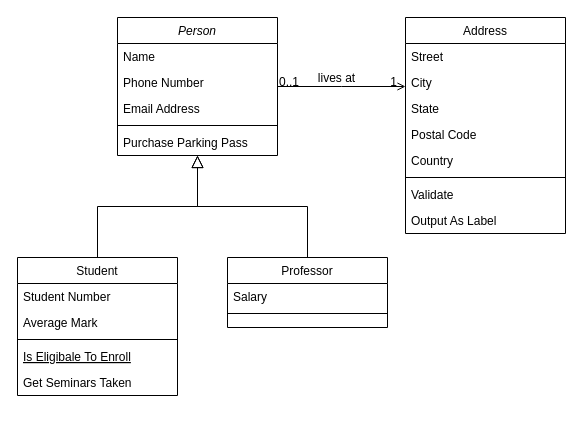
frankneu/draw.io keeps this draw.io diagram as 蚂蚁金服-RMC-[链路容量]-内部实体领域模型设计.drawio. Above is the earlier version. Source tidied: cells renumbered, new cells numbered last; positions are measured from the earlier drawing's top-left corner, leaving out a move shared by most shapes. Both pictures are drawn from the tidied source at 100%, with x=0, y=0 at pixel (17, 17).
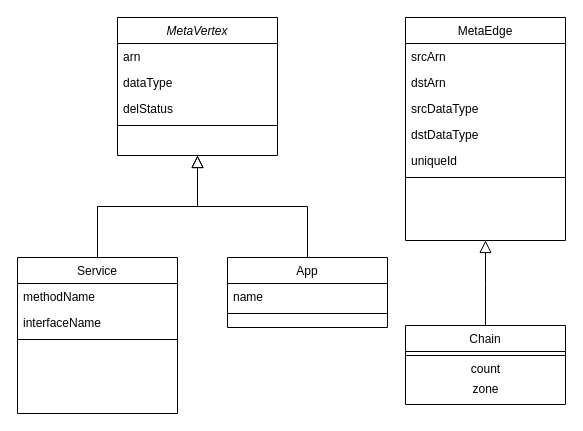
After the change.

Commit message:
Update 蚂蚁金服-RMC-[链路容量]-内部实体领域模型设计.drawio

Change to the diagram source:
```diff
@@
-    <mxCell id="2" value="Person" style="swimlane;fontStyle=2;align=center;verticalAlign=top;horizontal=1;startSize=26;rounded=0;shadow=0;strokeWidth=1;" parent="1" vertex="1">
+    <mxCell id="2" value="MetaVertex" style="swimlane;fontStyle=2;align=center;verticalAlign=top;horizontal=1;startSize=26;rounded=0;shadow=0;strokeWidth=1;" parent="1" vertex="1">
       <mxGeometry x="100" width="160" height="138" as="geometry" />
     </mxCell>
-    <mxCell id="3" value="Name" style="text;align=left;verticalAlign=top;spacingLeft=4;spacingRight=4;overflow=hidden;" parent="2" vertex="1">
+    <mxCell id="3" value="arn" style="text;align=left;verticalAlign=top;spacingLeft=4;spacingRight=4;overflow=hidden;" parent="2" vertex="1">
       <mxGeometry y="26" width="160" height="26" as="geometry" />
     </mxCell>
-    <mxCell id="4" value="Phone Number" style="text;align=left;verticalAlign=top;spacingLeft=4;spacingRight=4;overflow=hidden;rounded=0;shadow=0;html=0;" parent="2" vertex="1">
+    <mxCell id="4" value="dataType" style="text;align=left;verticalAlign=top;spacingLeft=4;spacingRight=4;overflow=hidden;rounded=0;shadow=0;html=0;" parent="2" vertex="1">
       <mxGeometry y="52" width="160" height="26" as="geometry" />
     </mxCell>
-    <mxCell id="5" value="Email Address" style="text;align=left;verticalAlign=top;spacingLeft=4;spacingRight=4;overflow=hidden;rounded=0;shadow=0;html=0;" parent="2" vertex="1">
+    <mxCell id="5" value="delStatus" style="text;align=left;verticalAlign=top;spacingLeft=4;spacingRight=4;overflow=hidden;rounded=0;shadow=0;html=0;" parent="2" vertex="1">
       <mxGeometry y="78" width="160" height="26" as="geometry" />
     </mxCell>
@@
-    <mxCell id="7" value="Purchase Parking Pass" style="text;align=left;verticalAlign=top;spacingLeft=4;spacingRight=4;overflow=hidden;" parent="2" vertex="1">
-      <mxGeometry y="112" width="160" height="26" as="geometry" />
-    </mxCell>
-    <mxCell id="8" value="Student" style="swimlane;fontStyle=0;align=center;verticalAlign=top;horizontal=1;startSize=26;rounded=0;shadow=0;strokeWidth=1;" parent="1" vertex="1">
-      <mxGeometry y="240" width="160" height="138" as="geometry" />
+    <mxCell id="8" value="Service" style="swimlane;fontStyle=0;align=center;verticalAlign=top;horizontal=1;startSize=26;rounded=0;shadow=0;strokeWidth=1;" parent="1" vertex="1">
+      <mxGeometry y="240" width="160" height="156" as="geometry" />
     </mxCell>
-    <mxCell id="9" value="Student Number" style="text;align=left;verticalAlign=top;spacingLeft=4;spacingRight=4;overflow=hidden;" parent="8" vertex="1">
+    <mxCell id="9" value="methodName" style="text;align=left;verticalAlign=top;spacingLeft=4;spacingRight=4;overflow=hidden;" parent="8" vertex="1">
       <mxGeometry y="26" width="160" height="26" as="geometry" />
     </mxCell>
-    <mxCell id="10" value="Average Mark" style="text;align=left;verticalAlign=top;spacingLeft=4;spacingRight=4;overflow=hidden;rounded=0;shadow=0;html=0;" parent="8" vertex="1">
+    <mxCell id="10" value="interfaceName" style="text;align=left;verticalAlign=top;spacingLeft=4;spacingRight=4;overflow=hidden;rounded=0;shadow=0;html=0;" parent="8" vertex="1">
       <mxGeometry y="52" width="160" height="26" as="geometry" />
     </mxCell>
@@
-    <mxCell id="12" value="Is Eligibale To Enroll" style="text;align=left;verticalAlign=top;spacingLeft=4;spacingRight=4;overflow=hidden;fontStyle=4;" parent="8" vertex="1">
-      <mxGeometry y="86" width="160" height="26" as="geometry" />
-    </mxCell>
-    <mxCell id="13" value="Get Seminars Taken" style="text;align=left;verticalAlign=top;spacingLeft=4;spacingRight=4;overflow=hidden;" parent="8" vertex="1">
-      <mxGeometry y="112" width="160" height="26" as="geometry" />
-    </mxCell>
@@
-    <mxCell id="15" value="Professor" style="swimlane;fontStyle=0;align=center;verticalAlign=top;horizontal=1;startSize=26;rounded=0;shadow=0;strokeWidth=1;" parent="1" vertex="1">
+    <mxCell id="15" value="App" style="swimlane;fontStyle=0;align=center;verticalAlign=top;horizontal=1;startSize=26;rounded=0;shadow=0;strokeWidth=1;" parent="1" vertex="1">
       <mxGeometry x="210" y="240" width="160" height="70" as="geometry" />
     </mxCell>
-    <mxCell id="16" value="Salary" style="text;align=left;verticalAlign=top;spacingLeft=4;spacingRight=4;overflow=hidden;" parent="15" vertex="1">
+    <mxCell id="16" value="name" style="text;align=left;verticalAlign=top;spacingLeft=4;spacingRight=4;overflow=hidden;" parent="15" vertex="1">
       <mxGeometry y="26" width="160" height="26" as="geometry" />
     </mxCell>
@@
-    <mxCell id="19" value="Address" style="swimlane;fontStyle=0;align=center;verticalAlign=top;horizontal=1;startSize=26;rounded=0;shadow=0;strokeWidth=1;" parent="1" vertex="1">
-      <mxGeometry x="388" width="160" height="216" as="geometry" />
+    <mxCell id="19" value="MetaEdge" style="swimlane;fontStyle=0;align=center;verticalAlign=top;horizontal=1;startSize=26;rounded=0;shadow=0;strokeWidth=1;" parent="1" vertex="1">
+      <mxGeometry x="388" width="160" height="223" as="geometry" />
     </mxCell>
-    <mxCell id="20" value="Street" style="text;align=left;verticalAlign=top;spacingLeft=4;spacingRight=4;overflow=hidden;" parent="19" vertex="1">
+    <mxCell id="20" value="srcArn" style="text;align=left;verticalAlign=top;spacingLeft=4;spacingRight=4;overflow=hidden;" parent="19" vertex="1">
       <mxGeometry y="26" width="160" height="26" as="geometry" />
     </mxCell>
-    <mxCell id="21" value="City" style="text;align=left;verticalAlign=top;spacingLeft=4;spacingRight=4;overflow=hidden;rounded=0;shadow=0;html=0;" parent="19" vertex="1">
+    <mxCell id="21" value="dstArn" style="text;align=left;verticalAlign=top;spacingLeft=4;spacingRight=4;overflow=hidden;rounded=0;shadow=0;html=0;" parent="19" vertex="1">
       <mxGeometry y="52" width="160" height="26" as="geometry" />
     </mxCell>
-    <mxCell id="22" value="State" style="text;align=left;verticalAlign=top;spacingLeft=4;spacingRight=4;overflow=hidden;rounded=0;shadow=0;html=0;" parent="19" vertex="1">
+    <mxCell id="22" value="srcDataType" style="text;align=left;verticalAlign=top;spacingLeft=4;spacingRight=4;overflow=hidden;rounded=0;shadow=0;html=0;" parent="19" vertex="1">
       <mxGeometry y="78" width="160" height="26" as="geometry" />
     </mxCell>
-    <mxCell id="23" value="Postal Code" style="text;align=left;verticalAlign=top;spacingLeft=4;spacingRight=4;overflow=hidden;rounded=0;shadow=0;html=0;" parent="19" vertex="1">
+    <mxCell id="23" value="dstDataType" style="text;align=left;verticalAlign=top;spacingLeft=4;spacingRight=4;overflow=hidden;rounded=0;shadow=0;html=0;" parent="19" vertex="1">
       <mxGeometry y="104" width="160" height="26" as="geometry" />
     </mxCell>
-    <mxCell id="24" value="Country" style="text;align=left;verticalAlign=top;spacingLeft=4;spacingRight=4;overflow=hidden;rounded=0;shadow=0;html=0;" parent="19" vertex="1">
+    <mxCell id="24" value="uniqueId" style="text;align=left;verticalAlign=top;spacingLeft=4;spacingRight=4;overflow=hidden;rounded=0;shadow=0;html=0;" parent="19" vertex="1">
       <mxGeometry y="130" width="160" height="26" as="geometry" />
     </mxCell>
@@
-    <mxCell id="26" value="Validate" style="text;align=left;verticalAlign=top;spacingLeft=4;spacingRight=4;overflow=hidden;" parent="19" vertex="1">
-      <mxGeometry y="164" width="160" height="26" as="geometry" />
-    </mxCell>
-    <mxCell id="27" value="Output As Label" style="text;align=left;verticalAlign=top;spacingLeft=4;spacingRight=4;overflow=hidden;" parent="19" vertex="1">
-      <mxGeometry y="190" width="160" height="26" as="geometry" />
-    </mxCell>
-    <mxCell id="28" style="endArrow=open;shadow=0;strokeWidth=1;rounded=0;endFill=1;edgeStyle=elbowEdgeStyle;elbow=vertical;" parent="1" edge="1" source="2" target="19">
-      <mxGeometry x="0.5" y="41" relative="1" as="geometry">
-        <mxPoint x="-40" y="32" as="offset" />
-      </mxGeometry>
-    </mxCell>
-    <mxCell id="29" value="0..1" style="align=left;verticalAlign=bottom;labelBackgroundColor=none;fontSize=12;" parent="28" vertex="1">
-      <mxGeometry x="-1" relative="1" as="geometry">
-        <mxPoint y="4" as="offset" />
-      </mxGeometry>
-    </mxCell>
-    <mxCell id="30" value="1" style="align=right;verticalAlign=bottom;labelBackgroundColor=none;fontSize=12;" parent="28" vertex="1">
-      <mxGeometry x="1" relative="1" as="geometry">
-        <mxPoint x="-7" y="4" as="offset" />
-      </mxGeometry>
-    </mxCell>
-    <mxCell id="31" value="lives at" style="text;html=1;align=center;verticalAlign=middle;labelBackgroundColor=none;rounded=0;shadow=0;strokeWidth=1;fontSize=12;" parent="28" vertex="1">
-      <mxGeometry x="0.5" y="49" relative="1" as="geometry">
-        <mxPoint x="-38" y="40" as="offset" />
-      </mxGeometry>
-    </mxCell>
+    <mxCell id="32" value="Chain" style="swimlane;fontStyle=0;align=center;verticalAlign=top;horizontal=1;startSize=26;rounded=0;shadow=0;strokeWidth=1;" parent="1" vertex="1">
+      <mxGeometry x="388" y="308" width="160" height="79" as="geometry" />
+    </mxCell>
+    <mxCell id="33" style="line;html=1;strokeWidth=1;align=left;verticalAlign=middle;spacingTop=-1;spacingLeft=3;spacingRight=3;labelPosition=right;" parent="32" vertex="1">
+      <mxGeometry y="26" width="160" height="8" as="geometry" />
+    </mxCell>
+    <mxCell id="34" value="count" style="text;html=1;align=center;verticalAlign=middle;" parent="32" vertex="1">
+      <mxGeometry y="34" width="160" height="20" as="geometry" />
+    </mxCell>
+    <mxCell id="35" value="zone" style="text;html=1;align=center;verticalAlign=middle;" parent="32" vertex="1">
+      <mxGeometry y="54" width="160" height="20" as="geometry" />
+    </mxCell>
+    <mxCell id="36" style="endArrow=block;endSize=10;endFill=0;shadow=0;strokeWidth=1;rounded=0;edgeStyle=elbowEdgeStyle;elbow=vertical;exitX=0.5;exitY=0;exitDx=0;exitDy=0;" parent="1" edge="1" source="32" target="19">
+      <mxGeometry relative="1" as="geometry" />
+    </mxCell>
```
